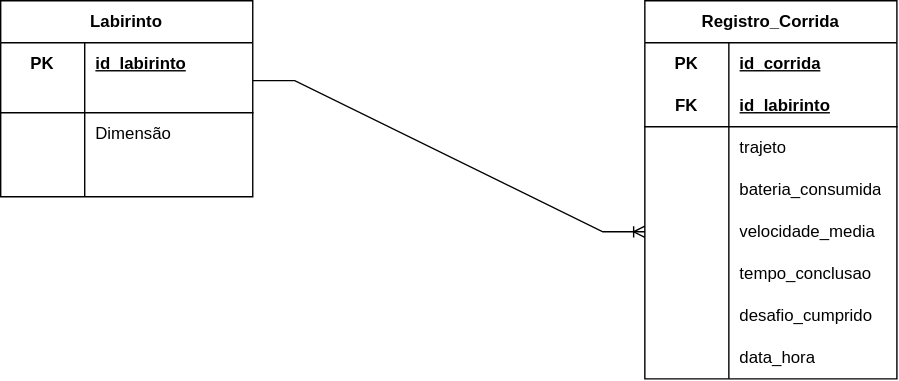
Earlier version of the draw.io export docs/assets/images/der.svg (fcte-pi1/2026_1_PI1_Grupo2_Lui). Source tidied: cells renumbered, new cells last; positions are measured from the earlier drawing's top-left corner, leaving out a move shared by most shapes.
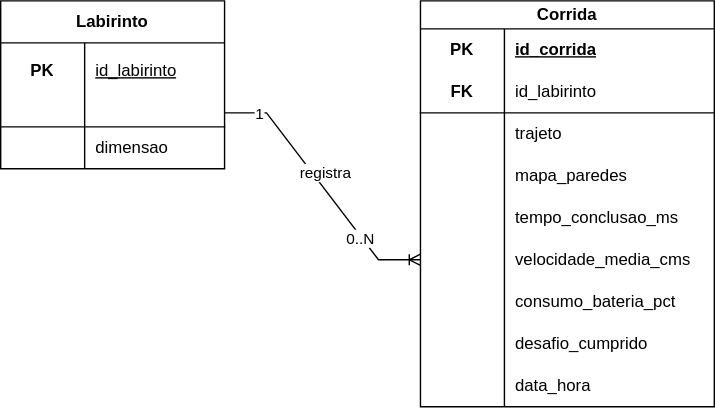
After the commit.

Diff of the diagram source:
```diff
@@ -3,123 +3,136 @@
     <mxCell id="0" />
     <mxCell id="1" parent="0" />
     <mxCell id="2" value="Labirinto" style="shape=table;startSize=30;rowLines=0;fontStyle=1;align=center;html=1;whiteSpace=wrap;" parent="1" vertex="1">
-      <mxGeometry width="180" height="140" as="geometry" />
+      <mxGeometry x="160" y="-20" width="160" height="120" as="geometry" />
     </mxCell>
     <mxCell id="3" style="shape=tableRow;horizontal=0;startSize=0;swimlaneHead=0;swimlaneBody=0;fillColor=none;top=0;left=0;right=0;bottom=0;html=1;" parent="2" vertex="1">
-      <mxGeometry y="30" width="180" height="30" as="geometry" />
+      <mxGeometry y="30" width="160" height="40" as="geometry" />
     </mxCell>
     <mxCell id="4" value="PK" style="shape=partialRectangle;fillColor=none;top=0;left=0;bottom=0;right=0;fontStyle=1;overflow=hidden;html=1;whiteSpace=wrap;" parent="3" vertex="1">
-      <mxGeometry width="60" height="30" as="geometry" />
+      <mxGeometry width="60" height="40" as="geometry" />
     </mxCell>
-    <mxCell id="5" value="id_labirinto" style="shape=partialRectangle;fillColor=none;top=0;left=0;bottom=0;right=0;align=left;spacingLeft=6;fontStyle=5;overflow=hidden;html=1;whiteSpace=wrap;" parent="3" vertex="1">
-      <mxGeometry x="60" width="120" height="30" as="geometry" />
+    <mxCell id="5" value="&lt;u&gt;id_labirinto&lt;/u&gt;" style="shape=partialRectangle;fillColor=none;top=0;left=0;bottom=0;right=0;align=left;spacingLeft=6;fontStyle=0;overflow=hidden;html=1;whiteSpace=wrap;fontFamily=Helvetica;fontSize=12;fontColor=default;verticalAlign=middle;" parent="3" vertex="1">
+      <mxGeometry x="60" width="100" height="40" as="geometry" />
     </mxCell>
     <mxCell id="6" style="shape=tableRow;horizontal=0;startSize=0;swimlaneHead=0;swimlaneBody=0;fillColor=none;points=[[0,0.5],[1,0.5]];portConstraint=eastwest;top=0;left=0;right=0;bottom=1;html=1;" parent="2" vertex="1">
-      <mxGeometry y="60" width="180" height="20" as="geometry" />
+      <mxGeometry y="70" width="160" height="20" as="geometry" />
     </mxCell>
     <mxCell id="7" style="shape=partialRectangle;fillColor=none;top=0;left=0;bottom=0;right=0;fontStyle=1;overflow=hidden;html=1;whiteSpace=wrap;" parent="6" vertex="1">
       <mxGeometry width="60" height="20" as="geometry" />
     </mxCell>
     <mxCell id="8" style="shape=partialRectangle;fillColor=none;top=0;left=0;bottom=0;right=0;align=left;spacingLeft=6;fontStyle=5;overflow=hidden;html=1;whiteSpace=wrap;" parent="6" vertex="1">
-      <mxGeometry x="60" width="120" height="20" as="geometry" />
+      <mxGeometry x="60" width="100" height="20" as="geometry" />
     </mxCell>
     <mxCell id="9" style="shape=tableRow;horizontal=0;startSize=0;swimlaneHead=0;swimlaneBody=0;fillColor=none;top=0;left=0;right=0;bottom=0;html=1;" parent="2" vertex="1">
-      <mxGeometry y="80" width="180" height="30" as="geometry" />
+      <mxGeometry y="90" width="160" height="30" as="geometry" />
     </mxCell>
     <mxCell id="10" style="shape=partialRectangle;fillColor=none;top=0;left=0;bottom=0;right=0;overflow=hidden;html=1;whiteSpace=wrap;" parent="9" vertex="1">
       <mxGeometry width="60" height="30" as="geometry" />
     </mxCell>
-    <mxCell id="11" value="Dimensão" style="shape=partialRectangle;fillColor=none;top=0;left=0;bottom=0;right=0;align=left;spacingLeft=6;overflow=hidden;html=1;whiteSpace=wrap;" parent="9" vertex="1">
-      <mxGeometry x="60" width="120" height="30" as="geometry" />
+    <mxCell id="11" value="dimensao" style="shape=partialRectangle;fillColor=none;top=0;left=0;bottom=0;right=0;align=left;spacingLeft=6;overflow=hidden;html=1;whiteSpace=wrap;" parent="9" vertex="1">
+      <mxGeometry x="60" width="100" height="30" as="geometry" />
     </mxCell>
-    <mxCell id="12" style="shape=tableRow;horizontal=0;startSize=0;swimlaneHead=0;swimlaneBody=0;fillColor=none;top=0;left=0;right=0;bottom=0;html=1;" parent="2" vertex="1">
-      <mxGeometry y="110" width="180" height="30" as="geometry" />
-    </mxCell>
-    <mxCell id="13" style="shape=partialRectangle;fillColor=none;top=0;left=0;bottom=0;right=0;overflow=hidden;html=1;whiteSpace=wrap;" parent="12" vertex="1">
-      <mxGeometry width="60" height="30" as="geometry" />
-    </mxCell>
-    <mxCell id="14" style="shape=partialRectangle;fillColor=none;top=0;left=0;bottom=0;right=0;align=left;spacingLeft=6;overflow=hidden;html=1;whiteSpace=wrap;" parent="12" vertex="1">
-      <mxGeometry x="60" width="120" height="30" as="geometry" />
-    </mxCell>
-    <mxCell id="15" value="Registro_Corrida" style="shape=table;startSize=30;rowLines=0;fontStyle=1;align=center;html=1;whiteSpace=wrap;" parent="1" vertex="1">
-      <mxGeometry x="460" width="180" height="270" as="geometry" />
+    <mxCell id="15" value="Corrida" style="shape=table;startSize=20;rowLines=0;fontStyle=1;align=center;html=1;whiteSpace=wrap;" parent="1" vertex="1">
+      <mxGeometry x="460" y="-20" width="210" height="290" as="geometry" />
     </mxCell>
     <mxCell id="16" style="shape=tableRow;horizontal=0;startSize=0;swimlaneHead=0;swimlaneBody=0;fillColor=none;top=0;left=0;right=0;bottom=0;html=1;" parent="15" vertex="1">
-      <mxGeometry y="30" width="180" height="30" as="geometry" />
+      <mxGeometry y="20" width="210" height="30" as="geometry" />
     </mxCell>
     <mxCell id="17" value="PK" style="shape=partialRectangle;fillColor=none;top=0;left=0;bottom=0;right=0;fontStyle=1;overflow=hidden;html=1;whiteSpace=wrap;" parent="16" vertex="1">
       <mxGeometry width="60" height="30" as="geometry" />
     </mxCell>
     <mxCell id="18" value="id_corrida" style="shape=partialRectangle;fillColor=none;top=0;left=0;bottom=0;right=0;align=left;spacingLeft=6;fontStyle=5;overflow=hidden;html=1;whiteSpace=wrap;" parent="16" vertex="1">
-      <mxGeometry x="60" width="120" height="30" as="geometry" />
+      <mxGeometry x="60" width="150" height="30" as="geometry" />
     </mxCell>
     <mxCell id="19" style="shape=tableRow;horizontal=0;startSize=0;swimlaneHead=0;swimlaneBody=0;fillColor=none;top=0;left=0;right=0;bottom=1;html=1;" parent="15" vertex="1">
-      <mxGeometry y="60" width="180" height="30" as="geometry" />
+      <mxGeometry y="50" width="210" height="30" as="geometry" />
     </mxCell>
     <mxCell id="20" value="FK" style="shape=partialRectangle;fillColor=none;top=0;left=0;bottom=0;right=0;fontStyle=1;overflow=hidden;html=1;whiteSpace=wrap;" parent="19" vertex="1">
       <mxGeometry width="60" height="30" as="geometry" />
     </mxCell>
-    <mxCell id="21" value="id_labirinto" style="shape=partialRectangle;fillColor=none;top=0;left=0;bottom=0;right=0;align=left;spacingLeft=6;fontStyle=5;overflow=hidden;html=1;whiteSpace=wrap;" parent="19" vertex="1">
-      <mxGeometry x="60" width="120" height="30" as="geometry" />
+    <mxCell id="21" value="id_labirinto" style="shape=partialRectangle;fillColor=none;top=0;left=0;bottom=0;right=0;align=left;spacingLeft=6;fontStyle=0;overflow=hidden;html=1;whiteSpace=wrap;fontFamily=Helvetica;fontSize=12;fontColor=default;verticalAlign=middle;" parent="19" vertex="1">
+      <mxGeometry x="60" width="150" height="30" as="geometry" />
     </mxCell>
     <mxCell id="22" style="shape=tableRow;horizontal=0;startSize=0;swimlaneHead=0;swimlaneBody=0;fillColor=none;top=0;left=0;right=0;bottom=0;html=1;" parent="15" vertex="1">
-      <mxGeometry y="90" width="180" height="30" as="geometry" />
+      <mxGeometry y="80" width="210" height="30" as="geometry" />
     </mxCell>
     <mxCell id="23" style="shape=partialRectangle;fillColor=none;top=0;left=0;bottom=0;right=0;overflow=hidden;html=1;whiteSpace=wrap;" parent="22" vertex="1">
       <mxGeometry width="60" height="30" as="geometry" />
     </mxCell>
     <mxCell id="24" value="trajeto" style="shape=partialRectangle;fillColor=none;top=0;left=0;bottom=0;right=0;align=left;spacingLeft=6;overflow=hidden;html=1;whiteSpace=wrap;" parent="22" vertex="1">
-      <mxGeometry x="60" width="120" height="30" as="geometry" />
+      <mxGeometry x="60" width="150" height="30" as="geometry" />
     </mxCell>
     <mxCell id="25" style="shape=tableRow;horizontal=0;startSize=0;swimlaneHead=0;swimlaneBody=0;fillColor=none;top=0;left=0;right=0;bottom=0;html=1;" parent="15" vertex="1">
-      <mxGeometry y="120" width="180" height="30" as="geometry" />
+      <mxGeometry y="110" width="210" height="30" as="geometry" />
     </mxCell>
     <mxCell id="26" style="shape=partialRectangle;fillColor=none;top=0;left=0;bottom=0;right=0;overflow=hidden;html=1;whiteSpace=wrap;" parent="25" vertex="1">
       <mxGeometry width="60" height="30" as="geometry" />
     </mxCell>
-    <mxCell id="27" value="bateria_consumida" style="shape=partialRectangle;fillColor=none;top=0;left=0;bottom=0;right=0;align=left;spacingLeft=6;overflow=hidden;html=1;whiteSpace=wrap;" parent="25" vertex="1">
-      <mxGeometry x="60" width="120" height="30" as="geometry" />
+    <mxCell id="27" value="mapa_paredes" style="shape=partialRectangle;fillColor=none;top=0;left=0;bottom=0;right=0;align=left;spacingLeft=6;overflow=hidden;html=1;whiteSpace=wrap;" parent="25" vertex="1">
+      <mxGeometry x="60" width="150" height="30" as="geometry" />
     </mxCell>
+    <mxCell id="31" style="shape=tableRow;horizontal=0;startSize=0;swimlaneHead=0;swimlaneBody=0;fillColor=none;top=0;left=0;right=0;bottom=0;html=1;" parent="15" vertex="1">
+      <mxGeometry y="140" width="210" height="30" as="geometry" />
+    </mxCell>
+    <mxCell id="32" style="shape=partialRectangle;fillColor=none;top=0;left=0;bottom=0;right=0;overflow=hidden;html=1;whiteSpace=wrap;" parent="31" vertex="1">
+      <mxGeometry width="60" height="30" as="geometry" />
+    </mxCell>
+    <mxCell id="33" value="tempo_conclusao_ms" style="shape=partialRectangle;fillColor=none;top=0;left=0;bottom=0;right=0;align=left;spacingLeft=6;overflow=hidden;html=1;whiteSpace=wrap;" parent="31" vertex="1">
+      <mxGeometry x="60" width="150" height="30" as="geometry" />
+    </mxCell>
     <mxCell id="28" style="shape=tableRow;horizontal=0;startSize=0;swimlaneHead=0;swimlaneBody=0;fillColor=none;points=[[0,0.5],[1,0.5]];portConstraint=eastwest;top=0;left=0;right=0;bottom=0;html=1;" parent="15" vertex="1">
-      <mxGeometry y="150" width="180" height="30" as="geometry" />
+      <mxGeometry y="170" width="210" height="30" as="geometry" />
     </mxCell>
     <mxCell id="29" style="shape=partialRectangle;fillColor=none;top=0;left=0;bottom=0;right=0;overflow=hidden;html=1;whiteSpace=wrap;" parent="28" vertex="1">
       <mxGeometry width="60" height="30" as="geometry" />
     </mxCell>
-    <mxCell id="30" value="velocidade_media" style="shape=partialRectangle;fillColor=none;top=0;left=0;bottom=0;right=0;align=left;spacingLeft=6;overflow=hidden;html=1;whiteSpace=wrap;" parent="28" vertex="1">
-      <mxGeometry x="60" width="120" height="30" as="geometry" />
+    <mxCell id="30" value="velocidade_media_cms" style="shape=partialRectangle;fillColor=none;top=0;left=0;bottom=0;right=0;align=left;spacingLeft=6;overflow=hidden;html=1;whiteSpace=wrap;" parent="28" vertex="1">
+      <mxGeometry x="60" width="150" height="30" as="geometry" />
     </mxCell>
-    <mxCell id="31" style="shape=tableRow;horizontal=0;startSize=0;swimlaneHead=0;swimlaneBody=0;fillColor=none;top=0;left=0;right=0;bottom=0;html=1;" parent="15" vertex="1">
-      <mxGeometry y="180" width="180" height="30" as="geometry" />
-    </mxCell>
-    <mxCell id="32" style="shape=partialRectangle;fillColor=none;top=0;left=0;bottom=0;right=0;overflow=hidden;html=1;whiteSpace=wrap;" parent="31" vertex="1">
-      <mxGeometry width="60" height="30" as="geometry" />
-    </mxCell>
-    <mxCell id="33" value="tempo_conclusao" style="shape=partialRectangle;fillColor=none;top=0;left=0;bottom=0;right=0;align=left;spacingLeft=6;overflow=hidden;html=1;whiteSpace=wrap;" parent="31" vertex="1">
-      <mxGeometry x="60" width="120" height="30" as="geometry" />
-    </mxCell>
+    <mxCell id="41" style="shape=tableRow;horizontal=0;startSize=0;swimlaneHead=0;swimlaneBody=0;fillColor=none;top=0;left=0;right=0;bottom=0;html=1;" parent="15" vertex="1">
+      <mxGeometry y="200" width="210" height="30" as="geometry" />
+    </mxCell>
+    <mxCell id="42" style="shape=partialRectangle;fillColor=none;top=0;left=0;bottom=0;right=0;overflow=hidden;html=1;whiteSpace=wrap;" parent="41" vertex="1">
+      <mxGeometry width="60" height="30" as="geometry" />
+    </mxCell>
+    <mxCell id="43" value="consumo_bateria_pct" style="shape=partialRectangle;fillColor=none;top=0;left=0;bottom=0;right=0;align=left;spacingLeft=6;overflow=hidden;html=1;whiteSpace=wrap;" parent="41" vertex="1">
+      <mxGeometry x="60" width="150" height="30" as="geometry" />
+    </mxCell>
     <mxCell id="34" style="shape=tableRow;horizontal=0;startSize=0;swimlaneHead=0;swimlaneBody=0;fillColor=none;top=0;left=0;right=0;bottom=0;html=1;" parent="15" vertex="1">
-      <mxGeometry y="210" width="180" height="30" as="geometry" />
+      <mxGeometry y="230" width="210" height="30" as="geometry" />
     </mxCell>
     <mxCell id="35" style="shape=partialRectangle;fillColor=none;top=0;left=0;bottom=0;right=0;overflow=hidden;html=1;whiteSpace=wrap;" parent="34" vertex="1">
       <mxGeometry width="60" height="30" as="geometry" />
     </mxCell>
     <mxCell id="36" value="desafio_cumprido" style="shape=partialRectangle;fillColor=none;top=0;left=0;bottom=0;right=0;align=left;spacingLeft=6;overflow=hidden;html=1;whiteSpace=wrap;" parent="34" vertex="1">
-      <mxGeometry x="60" width="120" height="30" as="geometry" />
+      <mxGeometry x="60" width="150" height="30" as="geometry" />
     </mxCell>
-    <mxCell id="37" style="shape=tableRow;horizontal=0;startSize=0;swimlaneHead=0;swimlaneBody=0;fillColor=none;top=0;left=0;right=0;bottom=0;html=1;" parent="15" vertex="1">
-      <mxGeometry y="240" width="180" height="30" as="geometry" />
-    </mxCell>
-    <mxCell id="38" style="shape=partialRectangle;fillColor=none;top=0;left=0;bottom=0;right=0;overflow=hidden;html=1;whiteSpace=wrap;" parent="37" vertex="1">
-      <mxGeometry width="60" height="30" as="geometry" />
-    </mxCell>
+    <mxCell id="44" style="shape=tableRow;horizontal=0;startSize=0;swimlaneHead=0;swimlaneBody=0;fillColor=none;top=0;left=0;right=0;bottom=0;html=1;" parent="15" vertex="1">
+      <mxGeometry y="260" width="210" height="30" as="geometry" />
+    </mxCell>
+    <mxCell id="45" style="shape=partialRectangle;fillColor=none;top=0;left=0;bottom=0;right=0;overflow=hidden;html=1;whiteSpace=wrap;" parent="44" vertex="1">
+      <mxGeometry width="60" height="30" as="geometry" />
+    </mxCell>
-    <mxCell id="39" value="data_hora" style="shape=partialRectangle;fillColor=none;top=0;left=0;bottom=0;right=0;align=left;spacingLeft=6;overflow=hidden;html=1;whiteSpace=wrap;" parent="37" vertex="1">
-      <mxGeometry x="60" width="120" height="30" as="geometry" />
+    <mxCell id="39" value="data_hora" style="shape=partialRectangle;fillColor=none;top=0;left=0;bottom=0;right=0;align=left;spacingLeft=6;overflow=hidden;html=1;whiteSpace=wrap;" parent="44" vertex="1">
+      <mxGeometry x="60" width="150" height="30" as="geometry" />
     </mxCell>
-    <mxCell id="40" style="edgeStyle=entityRelationEdgeStyle;fontSize=12;html=1;endArrow=ERoneToMany;rounded=0;entryX=0;entryY=0.5;entryDx=0;entryDy=0;" parent="1" edge="1" target="28">
-      <mxGeometry relative="1" as="geometry">
-        <mxPoint x="180" y="57" as="sourcePoint" />
-      </mxGeometry>
+    <mxCell id="40" style="edgeStyle=entityRelationEdgeStyle;fontSize=12;html=1;endArrow=ERoneToMany;rounded=0;entryX=0;entryY=0.5;entryDx=0;entryDy=0;exitX=1;exitY=0.5;exitDx=0;exitDy=0;" parent="1" edge="1" source="6" target="28">
+      <mxGeometry relative="1" as="geometry" />
     </mxCell>
+    <mxCell id="46" value="1" style="edgeLabel;html=1;align=center;verticalAlign=middle;" parent="40" vertex="1">
+      <mxGeometry x="-0.74" relative="1" as="geometry">
+        <mxPoint y="1" as="offset" />
+      </mxGeometry>
+    </mxCell>
+    <mxCell id="47" value="0..N" style="edgeLabel;html=1;align=center;verticalAlign=middle;" parent="40" vertex="1">
+      <mxGeometry x="0.47" y="-1" relative="1" as="geometry">
+        <mxPoint y="1" as="offset" />
+      </mxGeometry>
+    </mxCell>
+    <mxCell id="48" value="registra" style="edgeLabel;html=1;align=center;verticalAlign=middle;rotation=0;" parent="40" vertex="1">
+      <mxGeometry x="-0.28" y="1" relative="1" as="geometry">
+        <mxPoint x="17" y="12" as="offset" />
+      </mxGeometry>
+    </mxCell>
   </root>
 </mxGraphModel>
```
